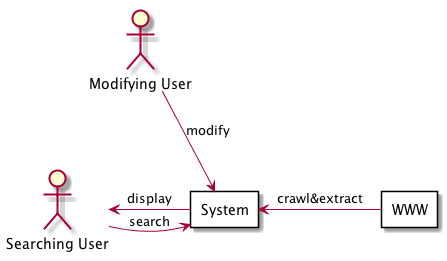
Above: sa/uml/logical-view-context.png in nanoix9/2019Papers (PlantUML), before the change.
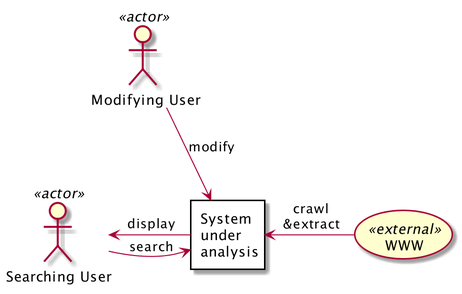
Above is the later version.

What changed in the source:
```diff
@@ -1,17 +1,16 @@
 @startuml
 
-scale max 600 height
+scale 2
 
 
 
-    actor "Searching User" as Us
-    actor "Modifying User" as Um
+    actor "Searching User" as Us <<actor>>
+    actor "Modifying User" as Um <<actor>>
 
-rectangle "System" as System {
+rectangle "System \nunder \nanalysis" as System {
 }
 
-rectangle "WWW" #line.dotted {
-}
+(WWW) <<external>>
 
 
 
@@ -26,6 +25,6 @@
 
 Us -[hidden]up- Um
 
-System <- WWW: crawl&extract
+System <- WWW: crawl\n&extract
 
 @enduml
```
